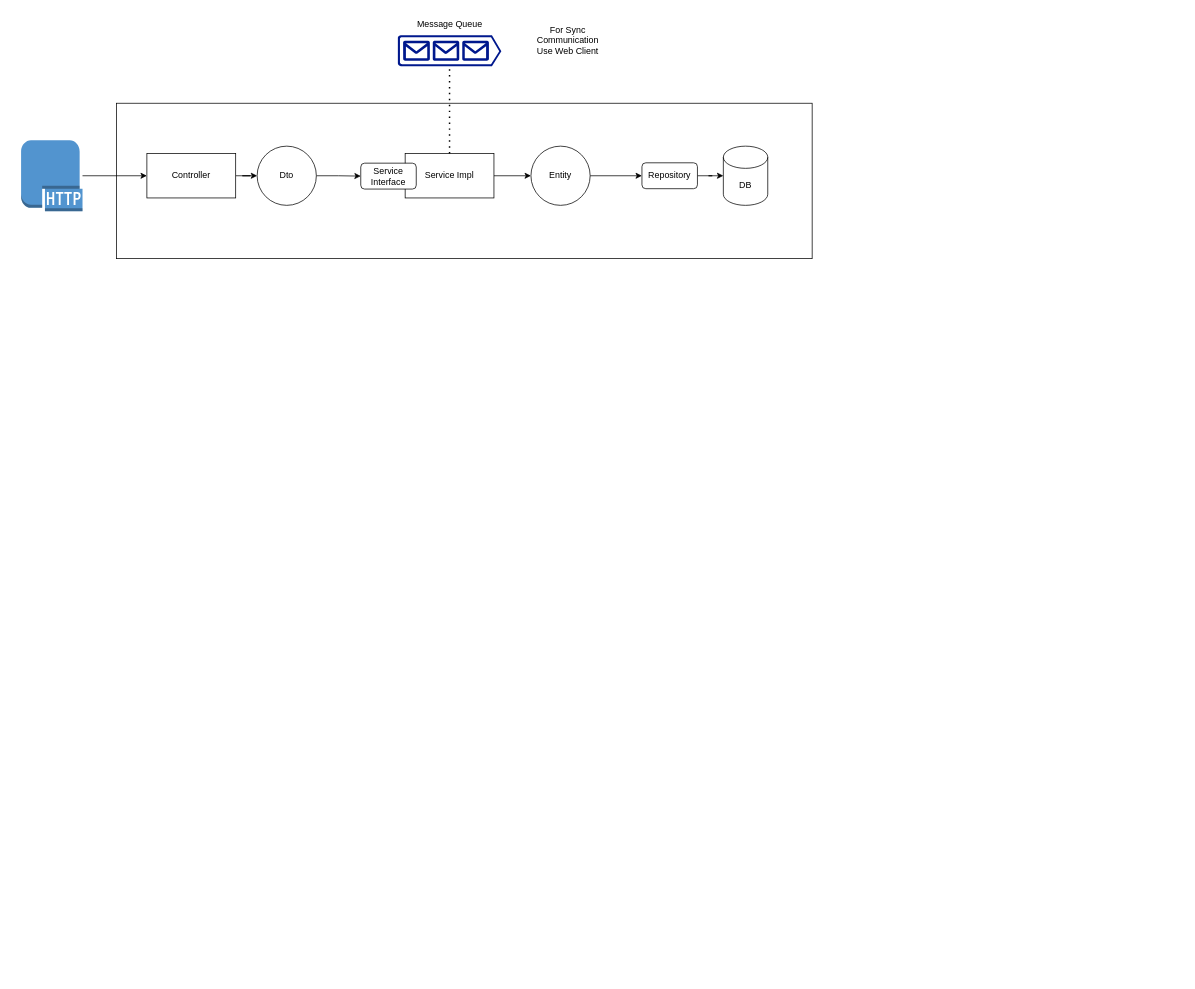
The draw.io diagram page "Inside the Service" (2 of 2) of spord.drawio in rivinduchamath/SPORD, before the edit. Source tidied: cells renumbered, new cells numbered last; positions are measured from the earlier drawing's top-left corner, leaving out a move shared by most shapes. Both pictures are drawn from the tidied source at 74%, with x=0, y=0 at pixel (21, 13).
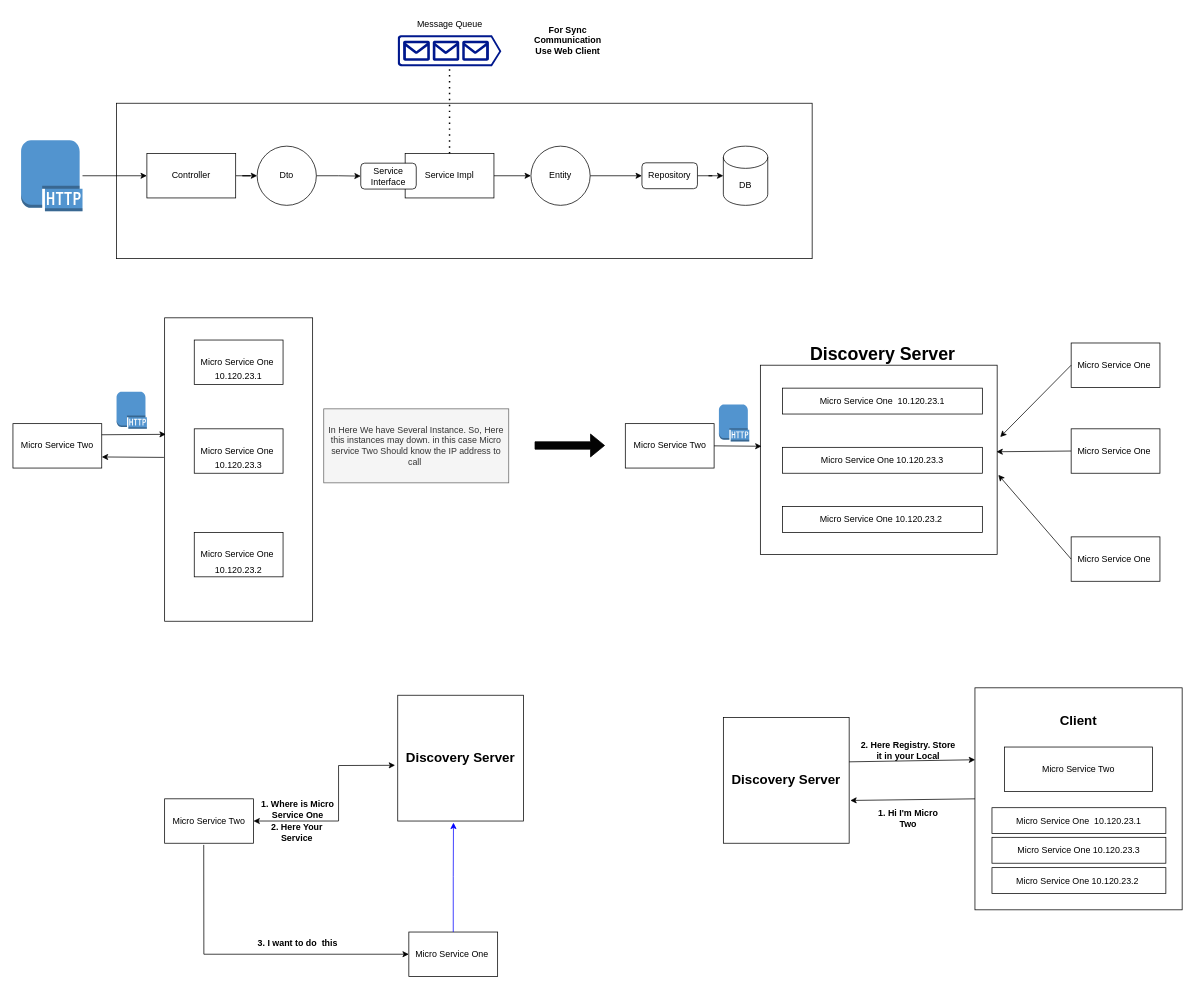
The same page after the edit.

The edit, as a diff of the source:
```diff
@@
+    <mxCell id="21" style="rounded=0;whiteSpace=wrap;html=1;" parent="1" vertex="1">
+      <mxGeometry x="194" y="412" width="200" height="410" as="geometry" />
+    </mxCell>
@@
-    <mxCell id="20" value="For Sync Communication Use Web Client" style="text;html=1;strokeColor=none;fillColor=none;align=center;verticalAlign=middle;whiteSpace=wrap;rounded=0;" parent="1" vertex="1">
+    <mxCell id="20" value="&lt;b&gt;For Sync Communication Use Web Client&lt;/b&gt;" style="text;html=1;strokeColor=none;fillColor=none;align=center;verticalAlign=middle;whiteSpace=wrap;rounded=0;" parent="1" vertex="1">
       <mxGeometry x="709" y="22" width="60" height="30" as="geometry" />
     </mxCell>
+    <mxCell id="22" value="Micro Service Two" style="rounded=0;whiteSpace=wrap;html=1;" parent="1" vertex="1">
+      <mxGeometry x="-11" y="555" width="120" height="60" as="geometry" />
+    </mxCell>
+    <mxCell id="23" value="Micro Service One&amp;nbsp;" style="rounded=0;whiteSpace=wrap;html=1;" parent="1" vertex="1">
+      <mxGeometry x="234" y="442" width="120" height="60" as="geometry" />
+    </mxCell>
+    <mxCell id="24" value="Micro Service One&amp;nbsp;" style="rounded=0;whiteSpace=wrap;html=1;" parent="1" vertex="1">
+      <mxGeometry x="234" y="562" width="120" height="60" as="geometry" />
+    </mxCell>
+    <mxCell id="25" value="Micro Service One&amp;nbsp;" style="rounded=0;whiteSpace=wrap;html=1;" parent="1" vertex="1">
+      <mxGeometry x="234" y="702" width="120" height="60" as="geometry" />
+    </mxCell>
+    <mxCell id="26" style="endArrow=classic;html=1;rounded=0;exitX=1;exitY=0.25;exitDx=0;exitDy=0;entryX=0.008;entryY=0.384;entryDx=0;entryDy=0;entryPerimeter=0;" parent="1" edge="1" source="22" target="21">
+      <mxGeometry relative="1" as="geometry" />
+    </mxCell>
+    <mxCell id="27" style="endArrow=classic;html=1;rounded=0;entryX=1;entryY=0.75;entryDx=0;entryDy=0;exitX=-0.005;exitY=0.46;exitDx=0;exitDy=0;exitPerimeter=0;" parent="1" edge="1" source="21" target="22">
+      <mxGeometry relative="1" as="geometry" />
+    </mxCell>
+    <mxCell id="28" value="10.120.23.1" style="text;html=1;strokeColor=none;fillColor=none;align=center;verticalAlign=middle;whiteSpace=wrap;rounded=0;" parent="1" vertex="1">
+      <mxGeometry x="264" y="476" width="60" height="30" as="geometry" />
+    </mxCell>
+    <mxCell id="29" value="10.120.23.3" style="text;html=1;strokeColor=none;fillColor=none;align=center;verticalAlign=middle;whiteSpace=wrap;rounded=0;" parent="1" vertex="1">
+      <mxGeometry x="264" y="597" width="60" height="30" as="geometry" />
+    </mxCell>
+    <mxCell id="30" value="10.120.23.2" style="text;html=1;strokeColor=none;fillColor=none;align=center;verticalAlign=middle;whiteSpace=wrap;rounded=0;" parent="1" vertex="1">
+      <mxGeometry x="264" y="738" width="60" height="30" as="geometry" />
+    </mxCell>
+    <mxCell id="31" style="dashed=0;verticalLabelPosition=bottom;verticalAlign=top;align=center;html=1;shape=mxgraph.aws3.http_protocol;fillColor=#5294CF;gradientColor=none;" parent="1" vertex="1">
+      <mxGeometry x="129" y="512" width="41" height="50" as="geometry" />
+    </mxCell>
+    <mxCell id="32" value="In Here We have Several Instance. So, Here this instances may down. in this case Micro service Two Should know the IP address to call&amp;nbsp;" style="text;html=1;strokeColor=#666666;fillColor=#f5f5f5;align=center;verticalAlign=middle;whiteSpace=wrap;rounded=0;fontColor=#333333;" parent="1" vertex="1">
+      <mxGeometry x="409" y="535" width="250" height="100" as="geometry" />
+    </mxCell>
+    <mxCell id="33" style="shape=flexArrow;endArrow=classic;html=1;rounded=0;fillColor=#030303;" parent="1" edge="1">
+      <mxGeometry relative="1" as="geometry">
+        <mxPoint x="694" y="584.5" as="sourcePoint" />
+        <mxPoint x="789" y="584.5" as="targetPoint" />
+      </mxGeometry>
+    </mxCell>
+    <mxCell id="34" value="Micro Service Two" style="rounded=0;whiteSpace=wrap;html=1;" parent="1" vertex="1">
+      <mxGeometry x="816.5" y="555" width="120" height="60" as="geometry" />
+    </mxCell>
+    <mxCell id="35" style="rounded=0;whiteSpace=wrap;html=1;" parent="1" vertex="1">
+      <mxGeometry x="999" y="476" width="320" height="256" as="geometry" />
+    </mxCell>
+    <mxCell id="36" value="Micro Service One&amp;nbsp; 10.120.23.1" style="rounded=0;whiteSpace=wrap;html=1;" parent="1" vertex="1">
+      <mxGeometry x="1029" y="507" width="270" height="35" as="geometry" />
+    </mxCell>
+    <mxCell id="37" value="Micro Service One 10.120.23.3" style="rounded=0;whiteSpace=wrap;html=1;" parent="1" vertex="1">
+      <mxGeometry x="1029" y="587" width="270" height="35" as="geometry" />
+    </mxCell>
+    <mxCell id="38" value="Micro Service One 10.120.23.2&amp;nbsp;" style="rounded=0;whiteSpace=wrap;html=1;" parent="1" vertex="1">
+      <mxGeometry x="1029" y="667" width="270" height="35" as="geometry" />
+    </mxCell>
+    <mxCell id="39" style="endArrow=classic;html=1;rounded=0;exitX=1;exitY=0.5;exitDx=0;exitDy=0;entryX=0.005;entryY=0.428;entryDx=0;entryDy=0;entryPerimeter=0;" parent="1" edge="1" source="34" target="35">
+      <mxGeometry relative="1" as="geometry" />
+    </mxCell>
+    <mxCell id="40" value="Micro Service One&amp;nbsp;" style="rounded=0;whiteSpace=wrap;html=1;" parent="1" vertex="1">
+      <mxGeometry x="1419" y="446" width="120" height="60" as="geometry" />
+    </mxCell>
+    <mxCell id="41" value="Micro Service One&amp;nbsp;" style="rounded=0;whiteSpace=wrap;html=1;" parent="1" vertex="1">
+      <mxGeometry x="1419" y="562" width="120" height="60" as="geometry" />
+    </mxCell>
+    <mxCell id="42" value="Micro Service One&amp;nbsp;" style="rounded=0;whiteSpace=wrap;html=1;" parent="1" vertex="1">
+      <mxGeometry x="1419" y="708" width="120" height="60" as="geometry" />
+    </mxCell>
+    <mxCell id="43" style="endArrow=classic;html=1;rounded=0;exitX=0;exitY=0.5;exitDx=0;exitDy=0;entryX=1.013;entryY=0.379;entryDx=0;entryDy=0;entryPerimeter=0;" parent="1" edge="1" source="40" target="35">
+      <mxGeometry relative="1" as="geometry" />
+    </mxCell>
+    <mxCell id="44" style="endArrow=classic;html=1;rounded=0;exitX=0;exitY=0.5;exitDx=0;exitDy=0;entryX=0.997;entryY=0.457;entryDx=0;entryDy=0;entryPerimeter=0;" parent="1" edge="1" source="41" target="35">
+      <mxGeometry relative="1" as="geometry" />
+    </mxCell>
+    <mxCell id="45" style="endArrow=classic;html=1;rounded=0;exitX=0;exitY=0.5;exitDx=0;exitDy=0;entryX=1.005;entryY=0.579;entryDx=0;entryDy=0;entryPerimeter=0;" parent="1" edge="1" source="42" target="35">
+      <mxGeometry relative="1" as="geometry" />
+    </mxCell>
+    <mxCell id="46" value="&lt;font style=&quot;font-size: 24px;&quot;&gt;&lt;b&gt;Discovery Server&lt;/b&gt;&lt;/font&gt;" style="text;html=1;align=center;verticalAlign=middle;strokeColor=none;fillColor=none;" parent="1" vertex="1">
+      <mxGeometry x="1054" y="442" width="220" height="40" as="geometry" />
+    </mxCell>
+    <mxCell id="47" style="dashed=0;verticalLabelPosition=bottom;verticalAlign=top;align=center;html=1;shape=mxgraph.aws3.http_protocol;fillColor=#5294CF;gradientColor=none;" parent="1" vertex="1">
+      <mxGeometry x="943" y="529" width="41" height="50" as="geometry" />
+    </mxCell>
+    <mxCell id="48" value="Micro Service Two" style="rounded=0;whiteSpace=wrap;html=1;" parent="1" vertex="1">
+      <mxGeometry x="194" y="1062" width="120" height="60" as="geometry" />
+    </mxCell>
+    <mxCell id="49" value="&lt;b&gt;&lt;font style=&quot;font-size: 18px;&quot;&gt;Discovery Server&lt;/font&gt;&lt;/b&gt;" style="whiteSpace=wrap;html=1;" parent="1" vertex="1">
+      <mxGeometry x="509" y="922" width="170" height="170" as="geometry" />
+    </mxCell>
+    <mxCell id="50" style="endArrow=classic;startArrow=classic;html=1;rounded=0;exitX=1;exitY=0.5;exitDx=0;exitDy=0;entryX=-0.021;entryY=0.557;entryDx=0;entryDy=0;entryPerimeter=0;" parent="1" edge="1" source="48" target="49">
+      <mxGeometry relative="1" as="geometry">
+        <Array as="points">
+          <mxPoint x="429" y="1092" />
+          <mxPoint x="429" y="1017" />
+        </Array>
+      </mxGeometry>
+    </mxCell>
+    <mxCell id="51" value="&lt;b&gt;1. Where is Micro Service One&lt;/b&gt;" style="text;html=1;strokeColor=none;fillColor=none;align=center;verticalAlign=middle;whiteSpace=wrap;rounded=0;" parent="1" vertex="1">
+      <mxGeometry x="319" y="1062" width="110" height="30" as="geometry" />
+    </mxCell>
+    <mxCell id="52" value="&lt;b&gt;2. Here Your Service&lt;/b&gt;" style="text;html=1;strokeColor=none;fillColor=none;align=center;verticalAlign=middle;whiteSpace=wrap;rounded=0;" parent="1" vertex="1">
+      <mxGeometry x="318" y="1092" width="110" height="30" as="geometry" />
+    </mxCell>
+    <mxCell id="53" value="Micro Service One&amp;nbsp;" style="rounded=0;whiteSpace=wrap;html=1;" parent="1" vertex="1">
+      <mxGeometry x="524" y="1242" width="120" height="60" as="geometry" />
+    </mxCell>
+    <mxCell id="54" style="endArrow=classic;html=1;rounded=0;exitX=0.44;exitY=1.038;exitDx=0;exitDy=0;exitPerimeter=0;entryX=0;entryY=0.5;entryDx=0;entryDy=0;" parent="1" edge="1" source="48" target="53">
+      <mxGeometry relative="1" as="geometry">
+        <Array as="points">
+          <mxPoint x="247" y="1272" />
+        </Array>
+      </mxGeometry>
+    </mxCell>
+    <mxCell id="55" value="&lt;b&gt;3. I want to do&amp;nbsp; this&lt;/b&gt;" style="text;html=1;strokeColor=none;fillColor=none;align=center;verticalAlign=middle;whiteSpace=wrap;rounded=0;" parent="1" vertex="1">
+      <mxGeometry x="319" y="1242" width="110" height="30" as="geometry" />
+    </mxCell>
+    <mxCell id="56" style="edgeStyle=orthogonalEdgeStyle;rounded=0;jettySize=auto;html=1;entryX=0.443;entryY=1.013;entryDx=0;entryDy=0;entryPerimeter=0;strokeColor=#0000FF;" parent="1" edge="1" source="53" target="49">
+      <mxGeometry relative="1" as="geometry" />
+    </mxCell>
+    <mxCell id="57" value="&lt;b&gt;&lt;font style=&quot;font-size: 18px;&quot;&gt;Discovery Server&lt;/font&gt;&lt;/b&gt;" style="whiteSpace=wrap;html=1;" parent="1" vertex="1">
+      <mxGeometry x="949" y="952" width="170" height="170" as="geometry" />
+    </mxCell>
+    <mxCell id="58" style="rounded=0;whiteSpace=wrap;html=1;" parent="1" vertex="1">
+      <mxGeometry x="1289" y="912" width="280" height="300" as="geometry" />
+    </mxCell>
+    <mxCell id="59" value="&lt;span style=&quot;color: rgb(0, 0, 0); font-family: Helvetica; font-size: 12px; font-style: normal; font-variant-ligatures: normal; font-variant-caps: normal; font-weight: 400; letter-spacing: normal; orphans: 2; text-align: center; text-indent: 0px; text-transform: none; widows: 2; word-spacing: 0px; -webkit-text-stroke-width: 0px; background-color: rgb(251, 251, 251); text-decoration-thickness: initial; text-decoration-style: initial; text-decoration-color: initial; float: none; display: inline !important;&quot;&gt;Micro Service Two&lt;/span&gt;" style="rounded=0;whiteSpace=wrap;html=1;" parent="1" vertex="1">
+      <mxGeometry x="1329" y="992" width="200" height="60" as="geometry" />
+    </mxCell>
+    <mxCell id="60" value="&lt;font style=&quot;font-size: 18px;&quot;&gt;&lt;b&gt;Client&lt;/b&gt;&lt;/font&gt;" style="text;html=1;strokeColor=none;fillColor=none;align=center;verticalAlign=middle;whiteSpace=wrap;rounded=0;" parent="1" vertex="1">
+      <mxGeometry x="1399" y="942" width="60" height="30" as="geometry" />
+    </mxCell>
+    <mxCell id="61" value="Micro Service One&amp;nbsp; 10.120.23.1" style="rounded=0;whiteSpace=wrap;html=1;" parent="1" vertex="1">
+      <mxGeometry x="1312" y="1074" width="235" height="35" as="geometry" />
+    </mxCell>
+    <mxCell id="62" value="Micro Service One 10.120.23.3" style="rounded=0;whiteSpace=wrap;html=1;" parent="1" vertex="1">
+      <mxGeometry x="1312" y="1114" width="235" height="35" as="geometry" />
+    </mxCell>
+    <mxCell id="63" value="Micro Service One 10.120.23.2&amp;nbsp;" style="rounded=0;whiteSpace=wrap;html=1;" parent="1" vertex="1">
+      <mxGeometry x="1312" y="1155" width="235" height="35" as="geometry" />
+    </mxCell>
+    <mxCell id="64" style="endArrow=classic;html=1;rounded=0;entryX=0.001;entryY=0.324;entryDx=0;entryDy=0;entryPerimeter=0;" parent="1" edge="1" target="58">
+      <mxGeometry relative="1" as="geometry">
+        <mxPoint x="1119" y="1012" as="sourcePoint" />
+      </mxGeometry>
+    </mxCell>
+    <mxCell id="65" style="endArrow=classic;html=1;rounded=0;exitX=0;exitY=0.5;exitDx=0;exitDy=0;entryX=1.009;entryY=0.66;entryDx=0;entryDy=0;entryPerimeter=0;" parent="1" edge="1" source="58" target="57">
+      <mxGeometry relative="1" as="geometry" />
+    </mxCell>
+    <mxCell id="66" value="&lt;b&gt;1. Hi I'm Micro Two&lt;/b&gt;" style="text;html=1;strokeColor=none;fillColor=none;align=center;verticalAlign=middle;whiteSpace=wrap;rounded=0;" parent="1" vertex="1">
+      <mxGeometry x="1149" y="1074" width="100" height="30" as="geometry" />
+    </mxCell>
+    <mxCell id="67" value="&lt;b&gt;2. Here Registry. Store it in your Local&lt;/b&gt;" style="text;html=1;strokeColor=none;fillColor=none;align=center;verticalAlign=middle;whiteSpace=wrap;rounded=0;" parent="1" vertex="1">
+      <mxGeometry x="1129" y="982" width="140" height="30" as="geometry" />
+    </mxCell>
```
